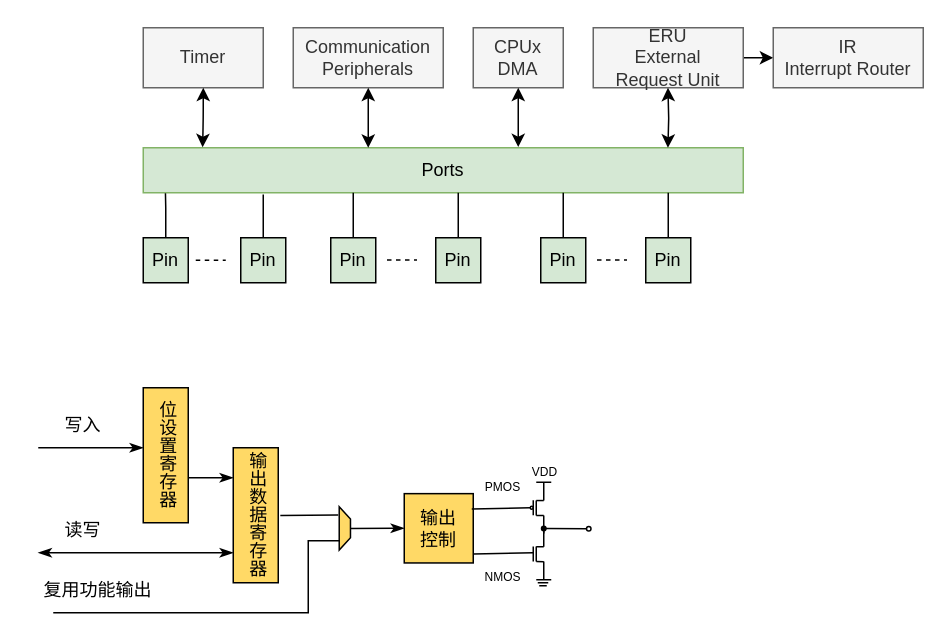
Above: page "GPIO的系统集成" (2 of 2) of drawio/test.drawio in iceyxy/flow-chart-drawio (draw.io), before the change. Source tidied: cells renumbered, new cells numbered last; positions are measured from the earlier drawing's top-left corner, leaving out a move shared by most shapes. Both pictures are drawn from the tidied source at 150%, with x=0, y=0 at pixel (38, 27).
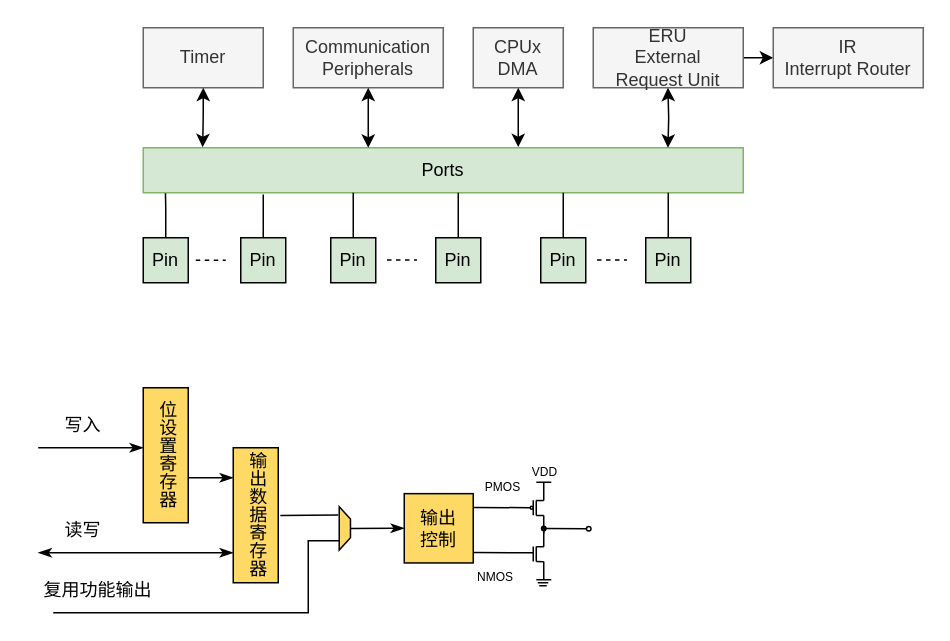
After the change.

The change refers to these unchanged cells:
```xml
<mxCell id="38" value="&lt;div&gt;输出&lt;/div&gt;&lt;div&gt;控制&lt;/div&gt;" style="rounded=0;whiteSpace=wrap;html=1;fillColor=#FFD966;" parent="1" vertex="1">
  <mxGeometry x="244" y="310.6" width="46" height="46.2" as="geometry" />
</mxCell>
<mxCell id="66" value="&lt;font style=&quot;font-size: 8px;&quot;&gt;PMOS&lt;/font&gt;" style="text;strokeColor=none;align=center;fillColor=none;html=1;verticalAlign=middle;whiteSpace=wrap;rounded=0;" parent="1" vertex="1">
  <mxGeometry x="280" y="290" width="60" height="30" as="geometry" />
</mxCell>
```

What changed in the source:
```diff
@@
-    <mxCell id="39" style="endArrow=oval;html=1;exitX=1.035;exitY=0.236;exitDx=0;exitDy=0;exitPerimeter=0;endFill=0;endSize=2;" parent="1" edge="1">
+    <mxCell id="39" style="endArrow=oval;html=1;exitX=0.176;exitY=0.993;exitDx=0;exitDy=0;exitPerimeter=0;endFill=0;endSize=2;" parent="1" edge="1" source="66">
       <mxGeometry relative="1" as="geometry">
-        <mxPoint x="289" y="320.8" as="sourcePoint" />
         <mxPoint x="329" y="320" as="targetPoint" />
       </mxGeometry>
     </mxCell>
-    <mxCell id="40" style="endArrow=none;html=1;exitX=1.035;exitY=0.236;exitDx=0;exitDy=0;exitPerimeter=0;" parent="1" edge="1">
+    <mxCell id="40" style="endArrow=none;html=1;exitX=1.007;exitY=0.85;exitDx=0;exitDy=0;exitPerimeter=0;" parent="1" edge="1" source="38">
       <mxGeometry relative="1" as="geometry">
-        <mxPoint x="290" y="350.8" as="sourcePoint" />
         <mxPoint x="330" y="350" as="targetPoint" />
       </mxGeometry>
     </mxCell>
@@
     <mxCell id="65" value="&lt;font style=&quot;font-size: 8px;&quot;&gt;NMOS&lt;/font&gt;" style="text;strokeColor=none;align=center;fillColor=none;html=1;verticalAlign=middle;whiteSpace=wrap;rounded=0;" parent="1" vertex="1">
-      <mxGeometry x="280" y="350" width="60" height="30" as="geometry" />
+      <mxGeometry x="275" y="350" width="60" height="30" as="geometry" />
     </mxCell>
```
